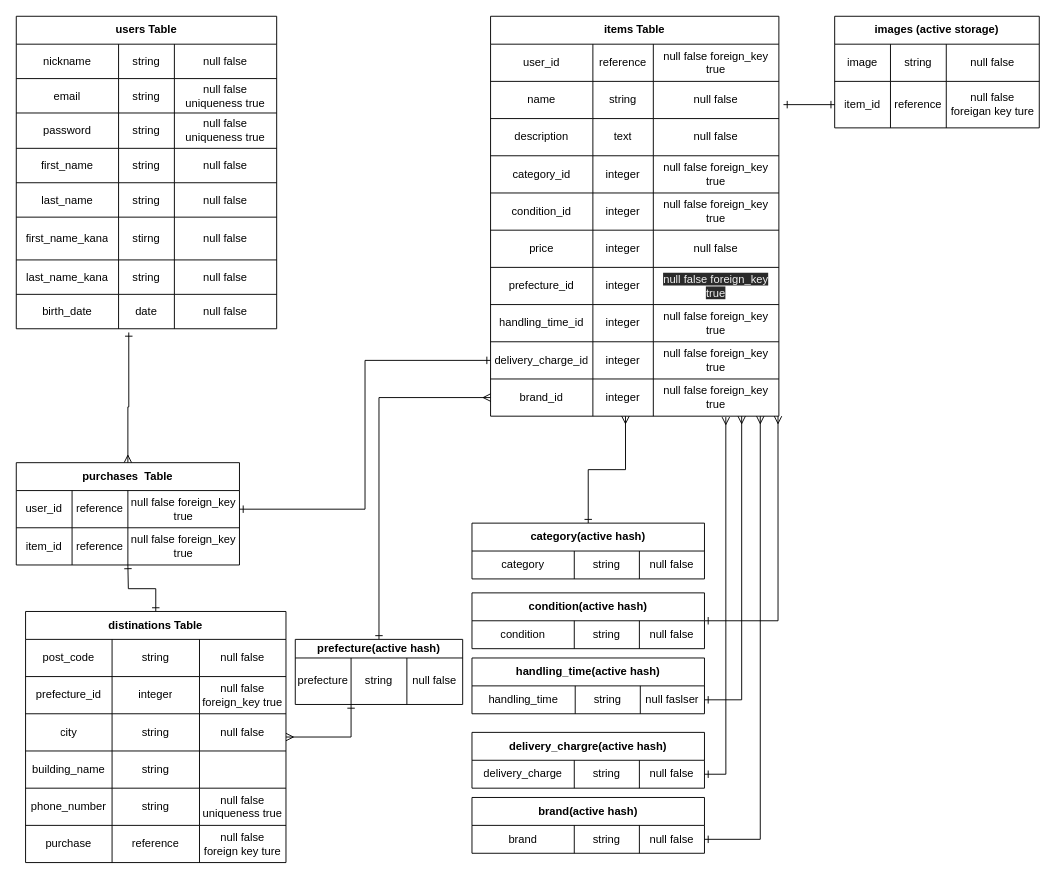
Before: frima.dio in sebadohb/furima-20604, a draw.io diagram. Source tidied: cells renumbered, new cells numbered last; positions are measured from the earlier drawing's top-left corner, leaving out a move shared by most shapes. Both pictures are drawn from the tidied source at 93%, with x=0, y=0 at pixel (16, 16).
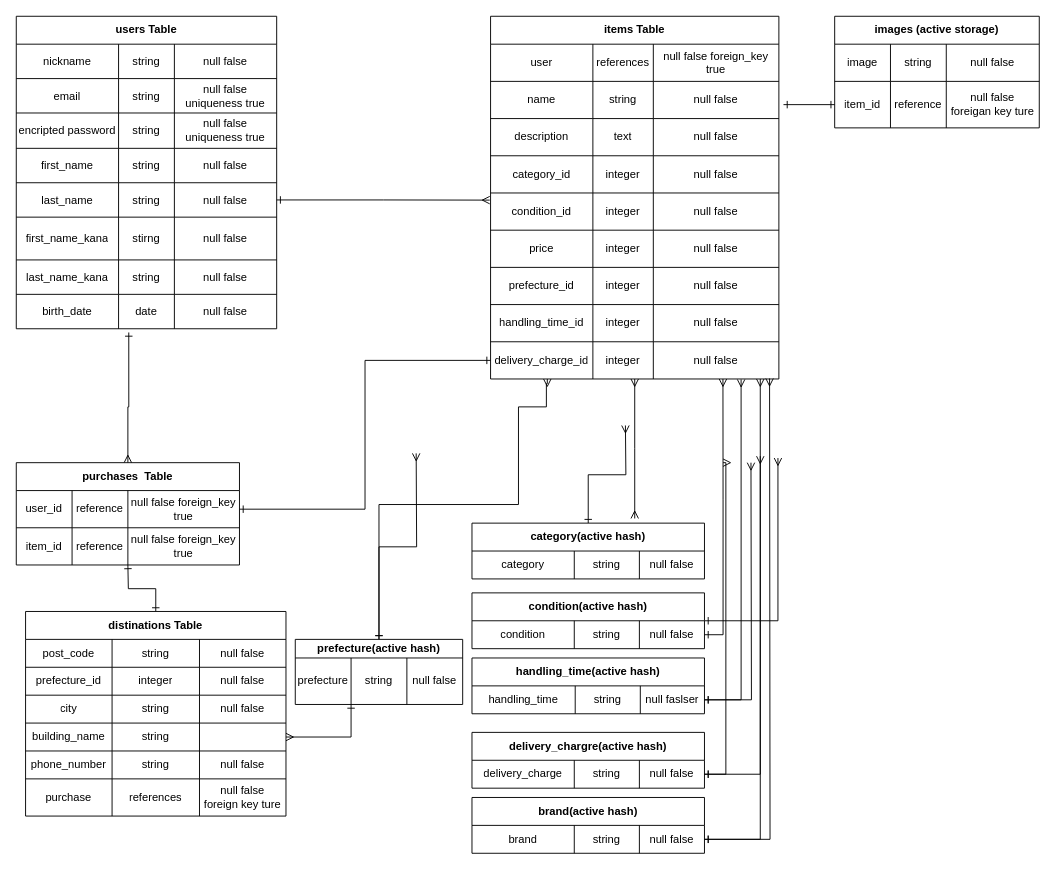
Above is the later version.

The change refers to these unchanged cells:
```xml
<mxCell id="33" value="prefecture(active hash)" style="shape=table;html=1;whiteSpace=wrap;startSize=20;childLayout=tableLayout;fontStyle=1;align=center;" parent="1" vertex="1">
  <mxGeometry x="300" y="670" width="180" height="70" as="geometry" />
</mxCell>
<mxCell id="38" value="category(active hash)" style="shape=table;html=1;whiteSpace=wrap;startSize=30;childLayout=tableLayout;fontStyle=1;align=center;" parent="1" vertex="1">
  <mxGeometry x="490" y="545" width="250" height="60" as="geometry" />
</mxCell>
<mxCell id="43" value="condition(active hash)" style="shape=table;html=1;whiteSpace=wrap;startSize=30;childLayout=tableLayout;fontStyle=1;align=center;" parent="1" vertex="1">
  <mxGeometry x="490" y="620" width="250" height="60" as="geometry" />
</mxCell>
<mxCell id="44" style="shape=partialRectangle;html=1;whiteSpace=wrap;fillColor=none;top=0;left=0;bottom=0;right=0;points=[[0,0.5],[1,0.5]];portConstraint=eastwest;" parent="43" vertex="1">
  <mxGeometry y="30" width="250" height="30" as="geometry" />
</mxCell>
<mxCell id="49" style="shape=partialRectangle;html=1;whiteSpace=wrap;fillColor=none;top=0;left=0;bottom=0;right=0;points=[[0,0.5],[1,0.5]];portConstraint=eastwest;" parent="48" vertex="1">
  <mxGeometry y="30" width="250" height="30" as="geometry" />
</mxCell>
<mxCell id="54" style="shape=partialRectangle;html=1;whiteSpace=wrap;fillColor=none;top=0;left=0;bottom=0;right=0;points=[[0,0.5],[1,0.5]];portConstraint=eastwest;" parent="53" vertex="1">
  <mxGeometry y="30" width="250" height="30" as="geometry" />
</mxCell>
<mxCell id="59" style="shape=partialRectangle;html=1;whiteSpace=wrap;fillColor=none;top=0;left=0;bottom=0;right=0;points=[[0,0.5],[1,0.5]];portConstraint=eastwest;" parent="58" vertex="1">
  <mxGeometry y="30" width="250" height="30" as="geometry" />
</mxCell>
<mxCell id="66" style="shape=partialRectangle;html=1;whiteSpace=wrap;fillColor=none;top=0;left=0;bottom=0;right=0;" parent="65" vertex="1">
  <mxGeometry y="30" width="310" height="40" as="geometry" />
</mxCell>
<mxCell id="78" style="shape=partialRectangle;html=1;whiteSpace=wrap;fillColor=none;top=0;left=0;bottom=0;right=0;" parent="65" vertex="1">
  <mxGeometry y="150" width="310" height="40" as="geometry" />
</mxCell>
<mxCell id="82" style="shape=partialRectangle;html=1;whiteSpace=wrap;fillColor=none;top=0;left=0;bottom=0;right=0;points=[[0,0.5],[1,0.5]];portConstraint=eastwest;" parent="65" vertex="1">
  <mxGeometry y="190" width="310" height="40" as="geometry" />
</mxCell>
<mxCell id="90" style="shape=partialRectangle;html=1;whiteSpace=wrap;fillColor=none;top=0;left=0;bottom=0;right=0;" parent="65" vertex="1">
  <mxGeometry y="270" width="310" height="40" as="geometry" />
</mxCell>
<mxCell id="94" style="shape=partialRectangle;html=1;whiteSpace=wrap;fillColor=none;top=0;left=0;bottom=0;right=0;" parent="65" vertex="1">
  <mxGeometry y="310" width="310" height="40" as="geometry" />
</mxCell>
<mxCell id="98" style="shape=partialRectangle;html=1;whiteSpace=wrap;fillColor=none;top=0;left=0;bottom=0;right=0;points=[[0,0.5],[1,0.5]];portConstraint=eastwest;" parent="65" vertex="1">
  <mxGeometry y="350" width="310" height="40" as="geometry" />
</mxCell>
<mxCell id="116" style="shape=partialRectangle;html=1;whiteSpace=wrap;fillColor=none;top=0;left=0;bottom=0;right=0;" parent="107" vertex="1">
  <mxGeometry y="104" width="280" height="38" as="geometry" />
</mxCell>
<mxCell id="124" style="shape=partialRectangle;html=1;whiteSpace=wrap;fillColor=none;top=0;left=0;bottom=0;right=0;points=[[0,0.5],[1,0.5]];portConstraint=eastwest;" parent="107" vertex="1">
  <mxGeometry y="179" width="280" height="37" as="geometry" />
</mxCell>
```

Change to the diagram source:
```diff
@@
     <mxCell id="5" value="distinations Table" style="shape=table;html=1;whiteSpace=wrap;startSize=30;childLayout=tableLayout;fontStyle=1;align=center;" parent="1" vertex="1">
-      <mxGeometry x="10" y="640" width="280" height="270" as="geometry" />
+      <mxGeometry x="10" y="640" width="280" height="220" as="geometry" />
     </mxCell>
     <mxCell id="6" style="shape=partialRectangle;html=1;whiteSpace=wrap;fillColor=none;top=0;left=0;bottom=0;right=0;" parent="5" vertex="1">
-      <mxGeometry y="30" width="280" height="40" as="geometry" />
+      <mxGeometry y="30" width="280" height="30" as="geometry" />
     </mxCell>
     <mxCell id="7" value="post_code" style="shape=partialRectangle;html=1;whiteSpace=wrap;fillColor=none;top=0;left=0;bottom=0;right=0;overflow=hidden;" parent="6" vertex="1">
-      <mxGeometry width="93" height="40" as="geometry" />
+      <mxGeometry width="93" height="30" as="geometry" />
     </mxCell>
     <mxCell id="8" value="string" style="shape=partialRectangle;html=1;whiteSpace=wrap;fillColor=none;top=0;left=0;bottom=0;right=0;overflow=hidden;" parent="6" vertex="1">
-      <mxGeometry x="93" width="94" height="40" as="geometry" />
+      <mxGeometry x="93" width="94" height="30" as="geometry" />
     </mxCell>
     <mxCell id="9" value="null false" style="shape=partialRectangle;html=1;whiteSpace=wrap;fillColor=none;top=0;left=0;bottom=0;right=0;overflow=hidden;" parent="6" vertex="1">
-      <mxGeometry x="187" width="93" height="40" as="geometry" />
+      <mxGeometry x="187" width="93" height="30" as="geometry" />
     </mxCell>
     <mxCell id="10" style="shape=partialRectangle;html=1;whiteSpace=wrap;fillColor=none;top=0;left=0;bottom=0;right=0;" parent="5" vertex="1">
-      <mxGeometry y="70" width="280" height="40" as="geometry" />
+      <mxGeometry y="60" width="280" height="30" as="geometry" />
     </mxCell>
     <mxCell id="11" value="prefecture_id" style="shape=partialRectangle;html=1;whiteSpace=wrap;fillColor=none;top=0;left=0;bottom=0;right=0;overflow=hidden;" parent="10" vertex="1">
-      <mxGeometry width="93" height="40" as="geometry" />
+      <mxGeometry width="93" height="30" as="geometry" />
     </mxCell>
     <mxCell id="12" value="integer" style="shape=partialRectangle;html=1;whiteSpace=wrap;fillColor=none;top=0;left=0;bottom=0;right=0;overflow=hidden;" parent="10" vertex="1">
-      <mxGeometry x="93" width="94" height="40" as="geometry" />
+      <mxGeometry x="93" width="94" height="30" as="geometry" />
     </mxCell>
-    <mxCell id="13" value="&lt;span&gt;null false foreign_key true&lt;/span&gt;" style="shape=partialRectangle;html=1;whiteSpace=wrap;fillColor=none;top=0;left=0;bottom=0;right=0;overflow=hidden;" parent="10" vertex="1">
-      <mxGeometry x="187" width="93" height="40" as="geometry" />
+    <mxCell id="13" value="&lt;span&gt;null false&lt;/span&gt;" style="shape=partialRectangle;html=1;whiteSpace=wrap;fillColor=none;top=0;left=0;bottom=0;right=0;overflow=hidden;" parent="10" vertex="1">
+      <mxGeometry x="187" width="93" height="30" as="geometry" />
     </mxCell>
     <mxCell id="14" style="shape=partialRectangle;html=1;whiteSpace=wrap;fillColor=none;top=0;left=0;bottom=0;right=0;" parent="5" vertex="1">
-      <mxGeometry y="110" width="280" height="40" as="geometry" />
+      <mxGeometry y="90" width="280" height="30" as="geometry" />
     </mxCell>
     <mxCell id="15" value="city" style="shape=partialRectangle;html=1;whiteSpace=wrap;fillColor=none;top=0;left=0;bottom=0;right=0;overflow=hidden;" parent="14" vertex="1">
-      <mxGeometry width="93" height="40" as="geometry" />
+      <mxGeometry width="93" height="30" as="geometry" />
     </mxCell>
     <mxCell id="16" value="string" style="shape=partialRectangle;html=1;whiteSpace=wrap;fillColor=none;top=0;left=0;bottom=0;right=0;overflow=hidden;" parent="14" vertex="1">
-      <mxGeometry x="93" width="94" height="40" as="geometry" />
+      <mxGeometry x="93" width="94" height="30" as="geometry" />
     </mxCell>
     <mxCell id="17" value="null false" style="shape=partialRectangle;html=1;whiteSpace=wrap;fillColor=none;top=0;left=0;bottom=0;right=0;overflow=hidden;" parent="14" vertex="1">
-      <mxGeometry x="187" width="93" height="40" as="geometry" />
+      <mxGeometry x="187" width="93" height="30" as="geometry" />
     </mxCell>
     <mxCell id="18" style="shape=partialRectangle;html=1;whiteSpace=wrap;fillColor=none;top=0;left=0;bottom=0;right=0;" parent="5" vertex="1">
-      <mxGeometry y="150" width="280" height="40" as="geometry" />
+      <mxGeometry y="120" width="280" height="30" as="geometry" />
     </mxCell>
     <mxCell id="19" value="building_name" style="shape=partialRectangle;html=1;whiteSpace=wrap;fillColor=none;top=0;left=0;bottom=0;right=0;overflow=hidden;" parent="18" vertex="1">
-      <mxGeometry width="93" height="40" as="geometry" />
+      <mxGeometry width="93" height="30" as="geometry" />
     </mxCell>
     <mxCell id="20" value="string" style="shape=partialRectangle;html=1;whiteSpace=wrap;fillColor=none;top=0;left=0;bottom=0;right=0;overflow=hidden;" parent="18" vertex="1">
-      <mxGeometry x="93" width="94" height="40" as="geometry" />
+      <mxGeometry x="93" width="94" height="30" as="geometry" />
     </mxCell>
     <mxCell id="21" style="shape=partialRectangle;html=1;whiteSpace=wrap;fillColor=none;top=0;left=0;bottom=0;right=0;overflow=hidden;" parent="18" vertex="1">
-      <mxGeometry x="187" width="93" height="40" as="geometry" />
+      <mxGeometry x="187" width="93" height="30" as="geometry" />
     </mxCell>
     <mxCell id="22" style="shape=partialRectangle;html=1;whiteSpace=wrap;fillColor=none;top=0;left=0;bottom=0;right=0;" parent="5" vertex="1">
-      <mxGeometry y="190" width="280" height="40" as="geometry" />
+      <mxGeometry y="150" width="280" height="30" as="geometry" />
     </mxCell>
     <mxCell id="23" value="phone_number" style="shape=partialRectangle;html=1;whiteSpace=wrap;fillColor=none;top=0;left=0;bottom=0;right=0;overflow=hidden;" parent="22" vertex="1">
-      <mxGeometry width="93" height="40" as="geometry" />
+      <mxGeometry width="93" height="30" as="geometry" />
     </mxCell>
     <mxCell id="24" value="string" style="shape=partialRectangle;html=1;whiteSpace=wrap;fillColor=none;top=0;left=0;bottom=0;right=0;overflow=hidden;" parent="22" vertex="1">
-      <mxGeometry x="93" width="94" height="40" as="geometry" />
+      <mxGeometry x="93" width="94" height="30" as="geometry" />
     </mxCell>
-    <mxCell id="25" value="null false uniqueness true" style="shape=partialRectangle;html=1;whiteSpace=wrap;fillColor=none;top=0;left=0;bottom=0;right=0;overflow=hidden;" parent="22" vertex="1">
-      <mxGeometry x="187" width="93" height="40" as="geometry" />
+    <mxCell id="25" value="null false" style="shape=partialRectangle;html=1;whiteSpace=wrap;fillColor=none;top=0;left=0;bottom=0;right=0;overflow=hidden;" parent="22" vertex="1">
+      <mxGeometry x="187" width="93" height="30" as="geometry" />
     </mxCell>
     <mxCell id="26" style="shape=partialRectangle;html=1;whiteSpace=wrap;fillColor=none;top=0;left=0;bottom=0;right=0;" parent="5" vertex="1">
-      <mxGeometry y="230" width="280" height="40" as="geometry" />
+      <mxGeometry y="180" width="280" height="40" as="geometry" />
     </mxCell>
@@
-    <mxCell id="28" value="reference" style="shape=partialRectangle;html=1;whiteSpace=wrap;fillColor=none;top=0;left=0;bottom=0;right=0;overflow=hidden;" parent="26" vertex="1">
+    <mxCell id="28" value="references" style="shape=partialRectangle;html=1;whiteSpace=wrap;fillColor=none;top=0;left=0;bottom=0;right=0;overflow=hidden;" parent="26" vertex="1">
       <mxGeometry x="93" width="94" height="40" as="geometry" />
     </mxCell>
@@
-    <mxCell id="30" style="edgeStyle=orthogonalEdgeStyle;rounded=0;jettySize=auto;html=1;startArrow=ERone;startFill=0;endArrow=ERmany;endFill=0;" parent="1" edge="1" source="33" target="102">
-      <mxGeometry relative="1" as="geometry" />
+    <mxCell id="30" style="edgeStyle=orthogonalEdgeStyle;rounded=0;jettySize=auto;html=1;startArrow=ERone;startFill=0;endArrow=ERmany;endFill=0;" parent="1" edge="1" source="33">
+      <mxGeometry relative="1" as="geometry">
+        <mxPoint x="430" y="470" as="targetPoint" />
+      </mxGeometry>
     </mxCell>
-    <mxCell id="31" style="edgeStyle=orthogonalEdgeStyle;rounded=0;jettySize=auto;html=1;startArrow=ERone;startFill=0;endArrow=ERmany;endFill=0;entryX=0.997;entryY=1;entryDx=0;entryDy=0;entryPerimeter=0;" parent="1" edge="1" source="43" target="102">
+    <mxCell id="31" style="edgeStyle=orthogonalEdgeStyle;rounded=0;jettySize=auto;html=1;startArrow=ERone;startFill=0;endArrow=ERmany;endFill=0;entryX=0.997;entryY=1;entryDx=0;entryDy=0;entryPerimeter=0;" parent="1" edge="1" source="43">
       <mxGeometry relative="1" as="geometry">
+        <mxPoint x="819" y="475" as="targetPoint" />
         <Array as="points">
           <mxPoint x="819" y="650" />
         </Array>
       </mxGeometry>
     </mxCell>
-    <mxCell id="32" style="edgeStyle=orthogonalEdgeStyle;rounded=0;jettySize=auto;html=1;startArrow=ERone;startFill=0;endArrow=ERmany;endFill=0;entryX=0.468;entryY=1;entryDx=0;entryDy=0;entryPerimeter=0;" parent="1" edge="1" source="38" target="102">
-      <mxGeometry relative="1" as="geometry" />
+    <mxCell id="32" style="edgeStyle=orthogonalEdgeStyle;rounded=0;jettySize=auto;html=1;startArrow=ERone;startFill=0;endArrow=ERmany;endFill=0;entryX=0.468;entryY=1;entryDx=0;entryDy=0;entryPerimeter=0;" parent="1" edge="1" source="38">
+      <mxGeometry relative="1" as="geometry">
+        <mxPoint x="655" y="440" as="targetPoint" />
+      </mxGeometry>
     </mxCell>
+    <mxCell id="161" style="edgeStyle=orthogonalEdgeStyle;rounded=0;jettySize=auto;html=1;startArrow=ERone;startFill=0;endArrow=ERmany;endFill=0;" parent="1" edge="1" source="33">
+      <mxGeometry relative="1" as="geometry">
+        <mxPoint x="571" y="390" as="targetPoint" />
+        <Array as="points">
+          <mxPoint x="390" y="525" />
+          <mxPoint x="540" y="525" />
+          <mxPoint x="540" y="420" />
+          <mxPoint x="570" y="420" />
+          <mxPoint x="570" y="395" />
+        </Array>
+      </mxGeometry>
+    </mxCell>
@@
-    <mxCell id="63" style="edgeStyle=orthogonalEdgeStyle;rounded=0;jettySize=auto;html=1;startArrow=ERone;startFill=0;endArrow=ERmany;endFill=0;entryX=0.816;entryY=1.025;entryDx=0;entryDy=0;entryPerimeter=0;" parent="1" edge="1" source="54" target="102">
+    <mxCell id="63" style="edgeStyle=orthogonalEdgeStyle;rounded=0;jettySize=auto;html=1;startArrow=ERone;startFill=0;endArrow=ERmany;endFill=0;entryX=0.816;entryY=1.025;entryDx=0;entryDy=0;entryPerimeter=0;" parent="1" edge="1" source="54">
       <mxGeometry relative="1" as="geometry">
+        <mxPoint x="760" y="480" as="targetPoint" />
         <Array as="points">
           <mxPoint x="763" y="815" />
         </Array>
       </mxGeometry>
     </mxCell>
-    <mxCell id="64" style="edgeStyle=orthogonalEdgeStyle;rounded=0;jettySize=auto;html=1;startArrow=ERone;startFill=0;endArrow=ERmany;endFill=0;" parent="1" edge="1" source="59" target="102">
+    <mxCell id="64" style="edgeStyle=orthogonalEdgeStyle;rounded=0;jettySize=auto;html=1;startArrow=ERone;startFill=0;endArrow=ERmany;endFill=0;" parent="1" edge="1" source="59">
       <mxGeometry relative="1" as="geometry">
+        <mxPoint x="800" y="473" as="targetPoint" />
         <Array as="points">
           <mxPoint x="800" y="885" />
         </Array>
       </mxGeometry>
     </mxCell>
+    <mxCell id="162" style="edgeStyle=orthogonalEdgeStyle;rounded=0;jettySize=auto;html=1;startArrow=ERmany;startFill=0;endArrow=ERmany;endFill=0;" parent="1" edge="1" source="65">
+      <mxGeometry relative="1" as="geometry">
+        <mxPoint x="665" y="540" as="targetPoint" />
+      </mxGeometry>
+    </mxCell>
     <mxCell id="65" value="items Table" style="shape=table;html=1;whiteSpace=wrap;startSize=30;childLayout=tableLayout;fontStyle=1;align=center;" parent="1" vertex="1">
-      <mxGeometry x="510" width="310" height="430" as="geometry" />
+      <mxGeometry x="510" width="310" height="390" as="geometry" />
     </mxCell>
@@
-    <mxCell id="67" value="user_id" style="shape=partialRectangle;html=1;whiteSpace=wrap;fillColor=none;top=0;left=0;bottom=0;right=0;overflow=hidden;" parent="66" vertex="1">
+    <mxCell id="67" value="user" style="shape=partialRectangle;html=1;whiteSpace=wrap;fillColor=none;top=0;left=0;bottom=0;right=0;overflow=hidden;" parent="66" vertex="1">
       <mxGeometry width="110" height="40" as="geometry" />
     </mxCell>
-    <mxCell id="68" value="reference" style="shape=partialRectangle;html=1;whiteSpace=wrap;fillColor=none;top=0;left=0;bottom=0;right=0;overflow=hidden;" parent="66" vertex="1">
+    <mxCell id="68" value="references" style="shape=partialRectangle;html=1;whiteSpace=wrap;fillColor=none;top=0;left=0;bottom=0;right=0;overflow=hidden;" parent="66" vertex="1">
       <mxGeometry x="110" width="65" height="40" as="geometry" />
     </mxCell>
@@
-    <mxCell id="81" value="&lt;span&gt;null false foreign_key true&lt;/span&gt;" style="shape=partialRectangle;html=1;whiteSpace=wrap;fillColor=none;top=0;left=0;bottom=0;right=0;overflow=hidden;" parent="78" vertex="1">
+    <mxCell id="81" value="&lt;span&gt;null false&lt;/span&gt;" style="shape=partialRectangle;html=1;whiteSpace=wrap;fillColor=none;top=0;left=0;bottom=0;right=0;overflow=hidden;" parent="78" vertex="1">
       <mxGeometry x="175" width="135" height="40" as="geometry" />
     </mxCell>
@@
-    <mxCell id="85" value="&lt;span&gt;null false foreign_key true&lt;/span&gt;" style="shape=partialRectangle;html=1;whiteSpace=wrap;fillColor=none;top=0;left=0;bottom=0;right=0;overflow=hidden;" parent="82" vertex="1">
+    <mxCell id="85" value="&lt;span&gt;null false&lt;/span&gt;" style="shape=partialRectangle;html=1;whiteSpace=wrap;fillColor=none;top=0;left=0;bottom=0;right=0;overflow=hidden;" parent="82" vertex="1">
       <mxGeometry x="175" width="135" height="40" as="geometry" />
     </mxCell>
@@
-    <mxCell id="93" value="&lt;span style=&quot;color: rgb(240, 240, 240); font-family: helvetica; font-size: 12px; font-style: normal; font-weight: 400; letter-spacing: normal; text-align: center; text-indent: 0px; text-transform: none; word-spacing: 0px; background-color: rgb(42, 42, 42); display: inline; float: none;&quot;&gt;null false foreign_key true&lt;/span&gt;" style="shape=partialRectangle;html=1;whiteSpace=wrap;fillColor=none;top=0;left=0;bottom=0;right=0;overflow=hidden;" parent="90" vertex="1">
+    <mxCell id="93" value="&lt;span&gt;null false&lt;/span&gt;" style="shape=partialRectangle;html=1;whiteSpace=wrap;fillColor=none;top=0;left=0;bottom=0;right=0;overflow=hidden;" parent="90" vertex="1">
       <mxGeometry x="175" width="135" height="40" as="geometry" />
     </mxCell>
@@
-    <mxCell id="97" value="&lt;span&gt;null false foreign_key true&lt;/span&gt;" style="shape=partialRectangle;html=1;whiteSpace=wrap;fillColor=none;top=0;left=0;bottom=0;right=0;overflow=hidden;" parent="94" vertex="1">
+    <mxCell id="97" value="&lt;span&gt;null false&lt;/span&gt;" style="shape=partialRectangle;html=1;whiteSpace=wrap;fillColor=none;top=0;left=0;bottom=0;right=0;overflow=hidden;" parent="94" vertex="1">
       <mxGeometry x="175" width="135" height="40" as="geometry" />
     </mxCell>
@@
-    <mxCell id="101" value="&lt;span&gt;null false foreign_key true&lt;/span&gt;" style="shape=partialRectangle;html=1;whiteSpace=wrap;fillColor=none;top=0;left=0;bottom=0;right=0;overflow=hidden;" parent="98" vertex="1">
+    <mxCell id="101" value="&lt;span&gt;null false&lt;/span&gt;" style="shape=partialRectangle;html=1;whiteSpace=wrap;fillColor=none;top=0;left=0;bottom=0;right=0;overflow=hidden;" parent="98" vertex="1">
       <mxGeometry x="175" width="135" height="40" as="geometry" />
     </mxCell>
-    <mxCell id="102" style="shape=partialRectangle;html=1;whiteSpace=wrap;fillColor=none;top=0;left=0;bottom=0;right=0;points=[[0,0.5],[1,0.5]];portConstraint=eastwest;" parent="65" vertex="1">
-      <mxGeometry y="390" width="310" height="40" as="geometry" />
-    </mxCell>
-    <mxCell id="103" value="brand_id" style="shape=partialRectangle;html=1;whiteSpace=wrap;fillColor=none;top=0;left=0;bottom=0;right=0;overflow=hidden;" parent="102" vertex="1">
-      <mxGeometry width="110" height="40" as="geometry" />
-    </mxCell>
-    <mxCell id="104" value="integer" style="shape=partialRectangle;html=1;whiteSpace=wrap;fillColor=none;top=0;left=0;bottom=0;right=0;overflow=hidden;" parent="102" vertex="1">
-      <mxGeometry x="110" width="65" height="40" as="geometry" />
-    </mxCell>
-    <mxCell id="105" value="&lt;span&gt;null false foreign_key true&lt;/span&gt;" style="shape=partialRectangle;html=1;whiteSpace=wrap;fillColor=none;top=0;left=0;bottom=0;right=0;overflow=hidden;" parent="102" vertex="1">
-      <mxGeometry x="175" width="135" height="40" as="geometry" />
-    </mxCell>
-    <mxCell id="106" style="edgeStyle=orthogonalEdgeStyle;rounded=0;jettySize=auto;html=1;startArrow=ERone;startFill=0;endArrow=ERmany;endFill=0;entryX=0.871;entryY=1;entryDx=0;entryDy=0;entryPerimeter=0;" parent="1" edge="1" source="49" target="102">
-      <mxGeometry relative="1" as="geometry" />
+    <mxCell id="106" style="edgeStyle=orthogonalEdgeStyle;rounded=0;jettySize=auto;html=1;startArrow=ERone;startFill=0;endArrow=ERmany;endFill=0;entryX=0.871;entryY=1;entryDx=0;entryDy=0;entryPerimeter=0;" parent="1" edge="1" source="49">
+      <mxGeometry relative="1" as="geometry">
+        <mxPoint x="790" y="480" as="targetPoint" />
+      </mxGeometry>
     </mxCell>
@@
-    <mxCell id="117" value="password" style="shape=partialRectangle;html=1;whiteSpace=wrap;fillColor=none;top=0;left=0;bottom=0;right=0;overflow=hidden;" parent="116" vertex="1">
+    <mxCell id="117" value="encripted password" style="shape=partialRectangle;html=1;whiteSpace=wrap;fillColor=none;top=0;left=0;bottom=0;right=0;overflow=hidden;" parent="116" vertex="1">
       <mxGeometry width="110" height="38" as="geometry" />
     </mxCell>
@@
+    <mxCell id="163" style="edgeStyle=orthogonalEdgeStyle;rounded=0;jettySize=auto;html=1;entryX=-0.003;entryY=0.192;entryDx=0;entryDy=0;entryPerimeter=0;startArrow=ERone;startFill=0;endArrow=ERmany;endFill=0;" parent="1" edge="1" source="124" target="82">
+      <mxGeometry relative="1" as="geometry" />
+    </mxCell>
+    <mxCell id="164" style="edgeStyle=orthogonalEdgeStyle;rounded=0;jettySize=auto;html=1;entryX=0.806;entryY=1;entryDx=0;entryDy=0;entryPerimeter=0;startArrow=ERone;startFill=0;endArrow=ERmany;endFill=0;" parent="1" edge="1" source="44" target="98">
+      <mxGeometry relative="1" as="geometry" />
+    </mxCell>
+    <mxCell id="165" style="edgeStyle=orthogonalEdgeStyle;rounded=0;jettySize=auto;html=1;entryX=0.869;entryY=1.013;entryDx=0;entryDy=0;entryPerimeter=0;startArrow=ERone;startFill=0;endArrow=ERmany;endFill=0;" parent="1" edge="1" source="49" target="98">
+      <mxGeometry relative="1" as="geometry" />
+    </mxCell>
+    <mxCell id="166" style="edgeStyle=orthogonalEdgeStyle;rounded=0;jettySize=auto;html=1;startArrow=ERone;startFill=0;endArrow=ERmany;endFill=0;" parent="1" edge="1" source="54">
+      <mxGeometry relative="1" as="geometry">
+        <mxPoint x="800" y="390" as="targetPoint" />
+        <Array as="points">
+          <mxPoint x="800" y="815" />
+        </Array>
+      </mxGeometry>
+    </mxCell>
+    <mxCell id="167" style="edgeStyle=orthogonalEdgeStyle;rounded=0;jettySize=auto;html=1;startArrow=ERone;startFill=0;endArrow=ERmany;endFill=0;" parent="1" edge="1" source="59">
+      <mxGeometry relative="1" as="geometry">
+        <mxPoint x="810" y="389.5" as="targetPoint" />
+      </mxGeometry>
+    </mxCell>
```
